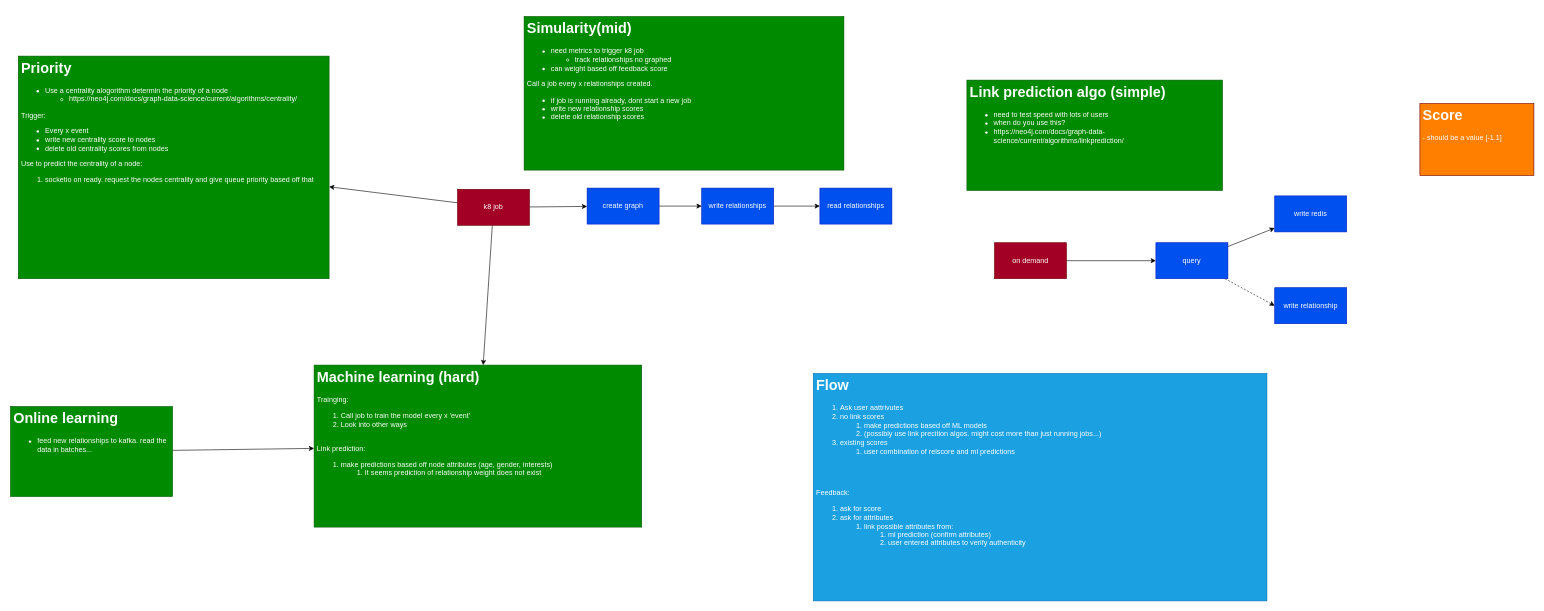
andrew-delph/cloud-video-call keeps this draw.io diagram as neo4j/score-prediction.drawio. Above is the earlier version. Source tidied: cells renumbered, new cells numbered last; positions are measured from the earlier drawing's top-left corner, leaving out a move shared by most shapes. Both pictures are drawn from the tidied source at 60%, with x=0, y=0 at pixel (10, 16).
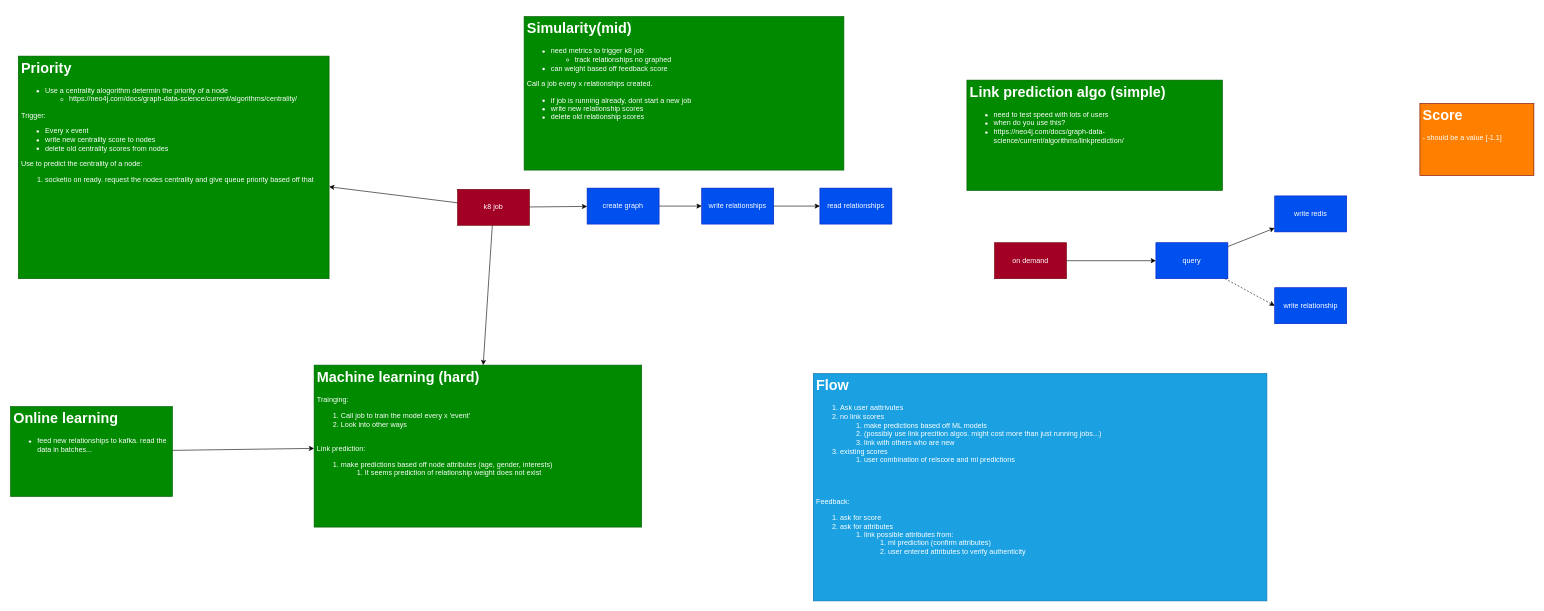
The same diagram, later.

Commit message:
score details

The edit, as a diff of the source:
```diff
@@
-    <mxCell id="24" value="&lt;h1&gt;Flow&lt;/h1&gt;&lt;ol&gt;&lt;li&gt;Ask user aattrivutes&lt;/li&gt;&lt;li&gt;no link scores&lt;/li&gt;&lt;ol&gt;&lt;li&gt;make predictions based off ML models&lt;/li&gt;&lt;li&gt;(possibly use link precition algos. might cost more than just running jobs...)&lt;/li&gt;&lt;/ol&gt;&lt;li&gt;existing scores&lt;/li&gt;&lt;ol&gt;&lt;li&gt;user combination of relscore and ml predictions&lt;/li&gt;&lt;/ol&gt;&lt;/ol&gt;&lt;div&gt;&lt;br&gt;&lt;/div&gt;&lt;div&gt;&lt;br&gt;&lt;/div&gt;&lt;div&gt;&lt;br&gt;&lt;/div&gt;&lt;div&gt;Feedback:&lt;/div&gt;&lt;div&gt;&lt;ol&gt;&lt;li&gt;ask for score&lt;/li&gt;&lt;li&gt;ask for attributes&lt;/li&gt;&lt;ol&gt;&lt;li&gt;link possible attributes from:&lt;/li&gt;&lt;ol&gt;&lt;li&gt;ml prediction (confirm attributes)&lt;/li&gt;&lt;li&gt;user entered attributes to verify authenticity&lt;/li&gt;&lt;/ol&gt;&lt;/ol&gt;&lt;/ol&gt;&lt;/div&gt;&lt;div&gt;&lt;br&gt;&lt;/div&gt;&lt;div&gt;&lt;br&gt;&lt;/div&gt;&lt;span style=&quot;background-color: initial;&quot;&gt;&lt;div&gt;&lt;br&gt;&lt;/div&gt;&lt;div&gt;&lt;br&gt;&lt;/div&gt;&lt;/span&gt;&lt;div&gt;&lt;/div&gt;&lt;p&gt;&lt;/p&gt;" style="text;html=1;strokeColor=#006EAF;fillColor=#1ba1e2;spacing=5;spacingTop=-20;whiteSpace=wrap;overflow=hidden;rounded=0;fontColor=#ffffff;" parent="1" vertex="1">
+    <mxCell id="24" value="&lt;h1&gt;Flow&lt;/h1&gt;&lt;ol&gt;&lt;li&gt;Ask user aattrivutes&lt;/li&gt;&lt;li&gt;no link scores&lt;/li&gt;&lt;ol&gt;&lt;li&gt;make predictions based off ML models&lt;/li&gt;&lt;li&gt;(possibly use link precition algos. might cost more than just running jobs...)&lt;/li&gt;&lt;li&gt;link with others who are new&lt;/li&gt;&lt;/ol&gt;&lt;li&gt;existing scores&lt;/li&gt;&lt;ol&gt;&lt;li&gt;user combination of relscore and ml predictions&lt;/li&gt;&lt;/ol&gt;&lt;/ol&gt;&lt;div&gt;&lt;br&gt;&lt;/div&gt;&lt;div&gt;&lt;br&gt;&lt;/div&gt;&lt;div&gt;&lt;br&gt;&lt;/div&gt;&lt;div&gt;Feedback:&lt;/div&gt;&lt;div&gt;&lt;ol&gt;&lt;li&gt;ask for score&lt;/li&gt;&lt;li&gt;ask for attributes&lt;/li&gt;&lt;ol&gt;&lt;li&gt;link possible attributes from:&lt;/li&gt;&lt;ol&gt;&lt;li&gt;ml prediction (confirm attributes)&lt;/li&gt;&lt;li&gt;user entered attributes to verify authenticity&lt;/li&gt;&lt;/ol&gt;&lt;/ol&gt;&lt;/ol&gt;&lt;/div&gt;&lt;div&gt;&lt;br&gt;&lt;/div&gt;&lt;div&gt;&lt;br&gt;&lt;/div&gt;&lt;span style=&quot;background-color: initial;&quot;&gt;&lt;div&gt;&lt;br&gt;&lt;/div&gt;&lt;div&gt;&lt;br&gt;&lt;/div&gt;&lt;/span&gt;&lt;div&gt;&lt;/div&gt;&lt;p&gt;&lt;/p&gt;" style="text;html=1;strokeColor=#006EAF;fillColor=#1ba1e2;spacing=5;spacingTop=-20;whiteSpace=wrap;overflow=hidden;rounded=0;fontColor=#ffffff;" parent="1" vertex="1">
       <mxGeometry x="1338" y="595" width="756" height="379" as="geometry" />
     </mxCell>
```
